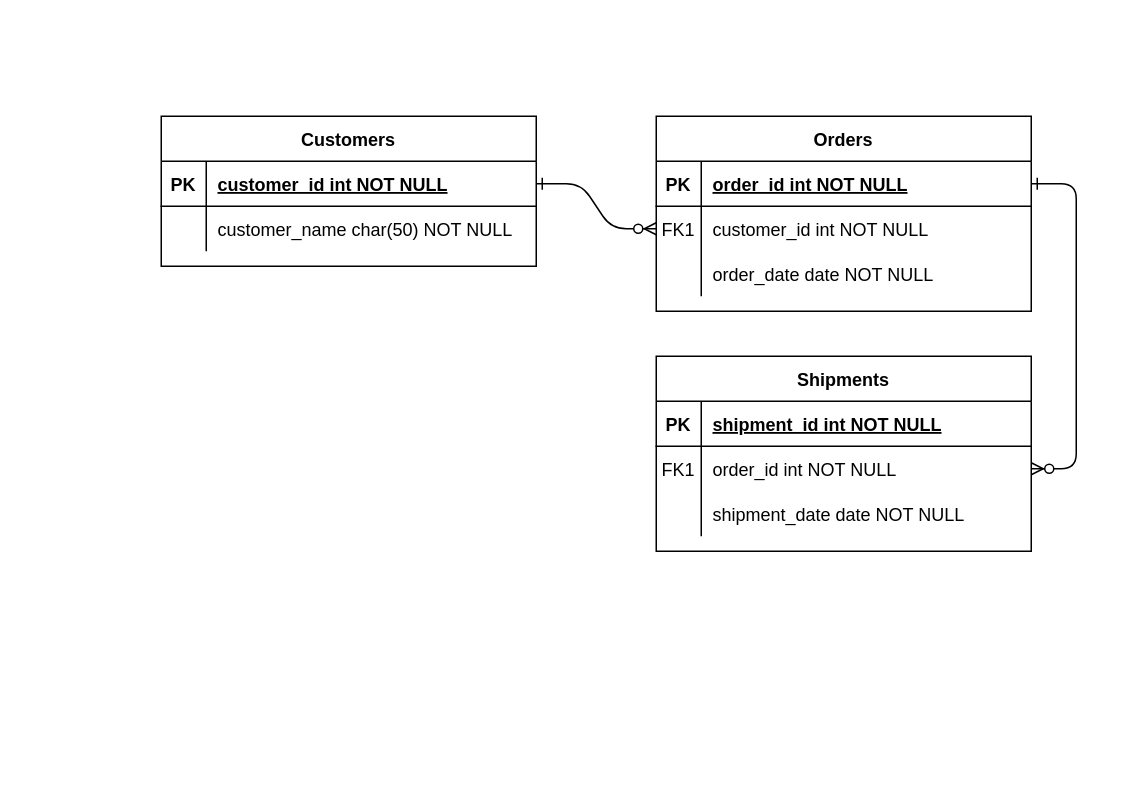
Before: Normalisation Challenge.drawio in jordansaker/ERDs, a draw.io diagram. Source tidied: cells renumbered, new cells numbered last; positions are measured from the earlier drawing's top-left corner, leaving out a move shared by most shapes. Both pictures are drawn from the tidied source at 150%, with x=0, y=0 at pixel (160, 116).
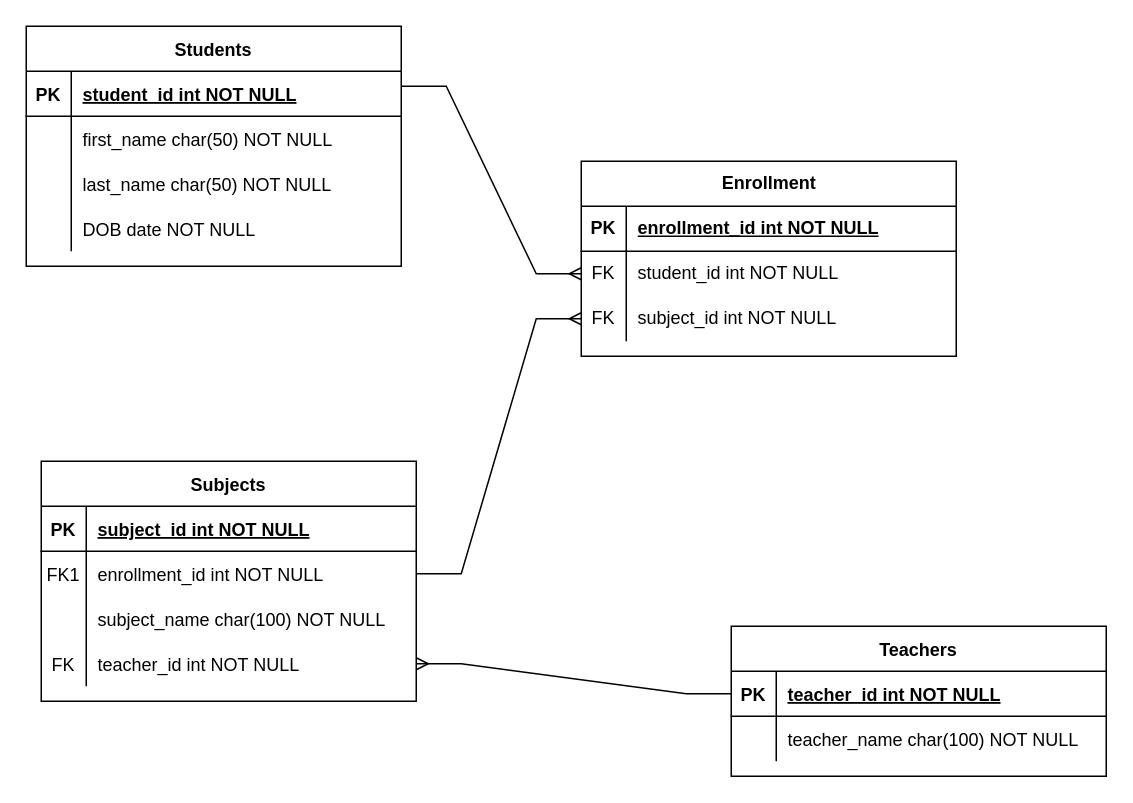
Above is the later version.

Unchanged cells that the change refers to:
```xml
<mxCell id="5" style="shape=partialRectangle;fillColor=none;points=[[0,0.5],[1,0.5]];portConstraint=eastwest;top=0;left=0;right=0;bottom=1;" parent="4" vertex="1">
  <mxGeometry y="30" width="250" height="30" as="geometry" />
</mxCell>
<mxCell id="8" style="shape=partialRectangle;fillColor=none;points=[[0,0.5],[1,0.5]];portConstraint=eastwest;top=0;left=0;right=0;bottom=0;" parent="4" vertex="1">
  <mxGeometry y="60" width="250" height="30" as="geometry" />
</mxCell>
<mxCell id="11" style="shape=partialRectangle;fillColor=none;top=0;left=0;right=0;bottom=0;" parent="4" vertex="1">
  <mxGeometry y="90" width="250" height="30" as="geometry" />
</mxCell>
<mxCell id="15" style="shape=partialRectangle;fillColor=none;points=[[0,0.5],[1,0.5]];portConstraint=eastwest;top=0;left=0;right=0;bottom=1;" parent="14" vertex="1">
  <mxGeometry y="30" width="250" height="30" as="geometry" />
</mxCell>
<mxCell id="18" style="shape=partialRectangle;fillColor=none;points=[[0,0.5],[1,0.5]];portConstraint=eastwest;top=0;left=0;right=0;bottom=0;" parent="14" vertex="1">
  <mxGeometry y="60" width="250" height="30" as="geometry" />
</mxCell>
<mxCell id="25" style="shape=partialRectangle;fillColor=none;points=[[0,0.5],[1,0.5]];portConstraint=eastwest;top=0;left=0;right=0;bottom=1;" parent="24" vertex="1">
  <mxGeometry y="30" width="250" height="30" as="geometry" />
</mxCell>
<mxCell id="28" style="shape=partialRectangle;fillColor=none;top=0;left=0;right=0;bottom=0;" parent="24" vertex="1">
  <mxGeometry y="60" width="250" height="30" as="geometry" />
</mxCell>
```

Change to the diagram source:
```diff
@@
-    <mxCell id="2" style="edgeStyle=entityRelationEdgeStyle;endArrow=ERzeroToMany;startArrow=ERone;endFill=1;startFill=0;" parent="1" edge="1" source="25" target="8">
-      <mxGeometry relative="1" as="geometry" />
-    </mxCell>
-    <mxCell id="3" style="edgeStyle=entityRelationEdgeStyle;endArrow=ERzeroToMany;startArrow=ERone;endFill=1;startFill=0;" parent="1" edge="1" source="5" target="18">
-      <mxGeometry relative="1" as="geometry" />
-    </mxCell>
-    <mxCell id="4" value="Orders" style="shape=table;startSize=30;childLayout=tableLayout;rowLines=0;fontStyle=1;align=center;" parent="1" vertex="1">
-      <mxGeometry x="330" width="250" height="130" as="geometry" />
+    <mxCell id="4" value="Subjects" style="shape=table;startSize=30;childLayout=tableLayout;rowLines=0;fontStyle=1;align=center;" parent="1" vertex="1">
+      <mxGeometry x="-80" y="230" width="250" height="160" as="geometry" />
     </mxCell>
@@
-    <mxCell id="7" value="order_id int NOT NULL " style="shape=partialRectangle;overflow=hidden;fillColor=none;top=0;left=0;bottom=0;right=0;align=left;spacingLeft=6;fontStyle=5;" parent="5" vertex="1">
+    <mxCell id="7" value="subject_id int NOT NULL " style="shape=partialRectangle;overflow=hidden;fillColor=none;top=0;left=0;bottom=0;right=0;align=left;spacingLeft=6;fontStyle=5;" parent="5" vertex="1">
       <mxGeometry x="30" width="220" height="30" as="geometry" />
     </mxCell>
@@
-    <mxCell id="10" value="customer_id int NOT NULL" style="shape=partialRectangle;overflow=hidden;fillColor=none;top=0;left=0;bottom=0;right=0;align=left;spacingLeft=6;" parent="8" vertex="1">
+    <mxCell id="10" value="enrollment_id int NOT NULL" style="shape=partialRectangle;overflow=hidden;fillColor=none;top=0;left=0;bottom=0;right=0;align=left;spacingLeft=6;" parent="8" vertex="1">
       <mxGeometry x="30" width="220" height="30" as="geometry" />
     </mxCell>
@@
-    <mxCell id="13" value="order_date date NOT NULL" style="shape=partialRectangle;overflow=hidden;fillColor=none;top=0;left=0;bottom=0;right=0;align=left;spacingLeft=6;" parent="11" vertex="1">
+    <mxCell id="13" value="subject_name char(100) NOT NULL" style="shape=partialRectangle;overflow=hidden;fillColor=none;top=0;left=0;bottom=0;right=0;align=left;spacingLeft=6;" parent="11" vertex="1">
       <mxGeometry x="30" width="220" height="30" as="geometry" />
     </mxCell>
+    <mxCell id="31" style="shape=tableRow;horizontal=0;startSize=0;swimlaneHead=0;swimlaneBody=0;fillColor=none;points=[[0,0.5],[1,0.5]];portConstraint=eastwest;top=0;left=0;right=0;bottom=0;" parent="4" vertex="1">
+      <mxGeometry y="120" width="250" height="30" as="geometry" />
+    </mxCell>
+    <mxCell id="32" value="FK" style="shape=partialRectangle;fillColor=none;top=0;left=0;bottom=0;right=0;overflow=hidden;" parent="31" vertex="1">
+      <mxGeometry width="30" height="30" as="geometry" />
+    </mxCell>
+    <mxCell id="33" value="teacher_id int NOT NULL" style="shape=partialRectangle;fillColor=none;top=0;left=0;bottom=0;right=0;align=left;spacingLeft=6;overflow=hidden;" parent="31" vertex="1">
+      <mxGeometry x="30" width="220" height="30" as="geometry" />
+    </mxCell>
-    <mxCell id="14" value="Shipments" style="shape=table;startSize=30;childLayout=tableLayout;rowLines=0;fontStyle=1;align=center;" parent="1" vertex="1">
-      <mxGeometry x="330" y="160" width="250" height="130" as="geometry" />
+    <mxCell id="14" value="Teachers" style="shape=table;startSize=30;childLayout=tableLayout;rowLines=0;fontStyle=1;align=center;" parent="1" vertex="1">
+      <mxGeometry x="380" y="340" width="250" height="100" as="geometry" />
     </mxCell>
@@
-    <mxCell id="17" value="shipment_id int NOT NULL " style="shape=partialRectangle;overflow=hidden;fillColor=none;top=0;left=0;bottom=0;right=0;align=left;spacingLeft=6;fontStyle=5;" parent="15" vertex="1">
+    <mxCell id="17" value="teacher_id int NOT NULL " style="shape=partialRectangle;overflow=hidden;fillColor=none;top=0;left=0;bottom=0;right=0;align=left;spacingLeft=6;fontStyle=5;" parent="15" vertex="1">
       <mxGeometry x="30" width="220" height="30" as="geometry" />
     </mxCell>
@@
-    <mxCell id="19" value="FK1" style="shape=partialRectangle;overflow=hidden;fillColor=none;top=0;left=0;bottom=0;right=0;" parent="18" vertex="1">
+    <mxCell id="19" style="shape=partialRectangle;overflow=hidden;fillColor=none;top=0;left=0;bottom=0;right=0;" parent="18" vertex="1">
       <mxGeometry width="30" height="30" as="geometry" />
     </mxCell>
-    <mxCell id="20" value="order_id int NOT NULL" style="shape=partialRectangle;overflow=hidden;fillColor=none;top=0;left=0;bottom=0;right=0;align=left;spacingLeft=6;" parent="18" vertex="1">
+    <mxCell id="20" value="teacher_name char(100) NOT NULL" style="shape=partialRectangle;overflow=hidden;fillColor=none;top=0;left=0;bottom=0;right=0;align=left;spacingLeft=6;" parent="18" vertex="1">
       <mxGeometry x="30" width="220" height="30" as="geometry" />
     </mxCell>
-    <mxCell id="21" style="shape=partialRectangle;fillColor=none;top=0;left=0;right=0;bottom=0;" parent="14" vertex="1">
-      <mxGeometry y="90" width="250" height="30" as="geometry" />
-    </mxCell>
-    <mxCell id="22" style="shape=partialRectangle;overflow=hidden;fillColor=none;top=0;left=0;bottom=0;right=0;" parent="21" vertex="1">
-      <mxGeometry width="30" height="30" as="geometry" />
-    </mxCell>
-    <mxCell id="23" value="shipment_date date NOT NULL" style="shape=partialRectangle;overflow=hidden;fillColor=none;top=0;left=0;bottom=0;right=0;align=left;spacingLeft=6;" parent="21" vertex="1">
-      <mxGeometry x="30" width="220" height="30" as="geometry" />
-    </mxCell>
-    <mxCell id="24" value="Customers" style="shape=table;startSize=30;childLayout=tableLayout;rowLines=0;fontStyle=1;align=center;" parent="1" vertex="1">
-      <mxGeometry width="250" height="100" as="geometry" />
+    <mxCell id="24" value="Students" style="shape=table;startSize=30;childLayout=tableLayout;rowLines=0;fontStyle=1;align=center;" parent="1" vertex="1">
+      <mxGeometry x="-90" y="-60" width="250" height="160" as="geometry" />
     </mxCell>
@@
-    <mxCell id="27" value="customer_id int NOT NULL " style="shape=partialRectangle;overflow=hidden;fillColor=none;top=0;left=0;bottom=0;right=0;align=left;spacingLeft=6;fontStyle=5;" parent="25" vertex="1">
+    <mxCell id="27" value="student_id int NOT NULL " style="shape=partialRectangle;overflow=hidden;fillColor=none;top=0;left=0;bottom=0;right=0;align=left;spacingLeft=6;fontStyle=5;" parent="25" vertex="1">
       <mxGeometry x="30" width="220" height="30" as="geometry" />
     </mxCell>
@@
-    <mxCell id="30" value="customer_name char(50) NOT NULL" style="shape=partialRectangle;overflow=hidden;fillColor=none;top=0;left=0;bottom=0;right=0;align=left;spacingLeft=6;" parent="28" vertex="1">
+    <mxCell id="30" value="first_name char(50) NOT NULL" style="shape=partialRectangle;overflow=hidden;fillColor=none;top=0;left=0;bottom=0;right=0;align=left;spacingLeft=6;" parent="28" vertex="1">
       <mxGeometry x="30" width="220" height="30" as="geometry" />
     </mxCell>
+    <mxCell id="34" style="shape=tableRow;horizontal=0;startSize=0;swimlaneHead=0;swimlaneBody=0;fillColor=none;top=0;left=0;right=0;bottom=0;" parent="24" vertex="1">
+      <mxGeometry y="90" width="250" height="30" as="geometry" />
+    </mxCell>
+    <mxCell id="35" style="shape=partialRectangle;fillColor=none;top=0;left=0;bottom=0;right=0;overflow=hidden;" parent="34" vertex="1">
+      <mxGeometry width="30" height="30" as="geometry" />
+    </mxCell>
+    <mxCell id="36" value="last_name char(50) NOT NULL" style="shape=partialRectangle;fillColor=none;top=0;left=0;bottom=0;right=0;align=left;spacingLeft=6;overflow=hidden;" parent="34" vertex="1">
+      <mxGeometry x="30" width="220" height="30" as="geometry" />
+    </mxCell>
+    <mxCell id="37" style="shape=tableRow;horizontal=0;startSize=0;swimlaneHead=0;swimlaneBody=0;fillColor=none;top=0;left=0;right=0;bottom=0;" parent="24" vertex="1">
+      <mxGeometry y="120" width="250" height="30" as="geometry" />
+    </mxCell>
+    <mxCell id="38" style="shape=partialRectangle;fillColor=none;top=0;left=0;bottom=0;right=0;overflow=hidden;" parent="37" vertex="1">
+      <mxGeometry width="30" height="30" as="geometry" />
+    </mxCell>
+    <mxCell id="39" value="DOB date NOT NULL" style="shape=partialRectangle;fillColor=none;top=0;left=0;bottom=0;right=0;align=left;spacingLeft=6;overflow=hidden;" parent="37" vertex="1">
+      <mxGeometry x="30" width="220" height="30" as="geometry" />
+    </mxCell>
+    <mxCell id="40" value="Enrollment" style="shape=table;startSize=30;childLayout=tableLayout;rowLines=0;fontStyle=1;align=center;html=1;" parent="1" vertex="1">
+      <mxGeometry x="280" y="30" width="250" height="130" as="geometry" />
+    </mxCell>
+    <mxCell id="41" style="shape=tableRow;horizontal=0;startSize=0;swimlaneHead=0;swimlaneBody=0;fillColor=none;top=0;left=0;right=0;bottom=1;" parent="40" vertex="1">
+      <mxGeometry y="30" width="250" height="30" as="geometry" />
+    </mxCell>
+    <mxCell id="42" value="PK" style="shape=partialRectangle;fillColor=none;top=0;left=0;bottom=0;right=0;fontStyle=1;overflow=hidden;whiteSpace=wrap;html=1;" parent="41" vertex="1">
+      <mxGeometry width="30" height="30" as="geometry" />
+    </mxCell>
+    <mxCell id="43" value="enrollment_id int NOT NULL" style="shape=partialRectangle;fillColor=none;top=0;left=0;bottom=0;right=0;align=left;spacingLeft=6;fontStyle=5;overflow=hidden;whiteSpace=wrap;html=1;" parent="41" vertex="1">
+      <mxGeometry x="30" width="220" height="30" as="geometry" />
+    </mxCell>
+    <mxCell id="44" style="shape=tableRow;horizontal=0;startSize=0;swimlaneHead=0;swimlaneBody=0;fillColor=none;points=[[0,0.5],[1,0.5]];portConstraint=eastwest;top=0;left=0;right=0;bottom=0;" parent="40" vertex="1">
+      <mxGeometry y="60" width="250" height="30" as="geometry" />
+    </mxCell>
+    <mxCell id="45" value="FK" style="shape=partialRectangle;fillColor=none;top=0;left=0;bottom=0;right=0;overflow=hidden;whiteSpace=wrap;html=1;" parent="44" vertex="1">
+      <mxGeometry width="30" height="30" as="geometry" />
+    </mxCell>
+    <mxCell id="46" value="student_id int NOT NULL" style="shape=partialRectangle;fillColor=none;top=0;left=0;bottom=0;right=0;align=left;spacingLeft=6;overflow=hidden;whiteSpace=wrap;html=1;" parent="44" vertex="1">
+      <mxGeometry x="30" width="220" height="30" as="geometry" />
+    </mxCell>
+    <mxCell id="47" style="shape=tableRow;horizontal=0;startSize=0;swimlaneHead=0;swimlaneBody=0;fillColor=none;points=[[0,0.5],[1,0.5]];portConstraint=eastwest;top=0;left=0;right=0;bottom=0;" parent="40" vertex="1">
+      <mxGeometry y="90" width="250" height="30" as="geometry" />
+    </mxCell>
+    <mxCell id="48" value="FK" style="shape=partialRectangle;fillColor=none;top=0;left=0;bottom=0;right=0;overflow=hidden;whiteSpace=wrap;html=1;" parent="47" vertex="1">
+      <mxGeometry width="30" height="30" as="geometry" />
+    </mxCell>
+    <mxCell id="49" value="subject_id int NOT NULL" style="shape=partialRectangle;fillColor=none;top=0;left=0;bottom=0;right=0;align=left;spacingLeft=6;overflow=hidden;whiteSpace=wrap;html=1;" parent="47" vertex="1">
+      <mxGeometry x="30" width="220" height="30" as="geometry" />
+    </mxCell>
+    <mxCell id="50" style="edgeStyle=entityRelationEdgeStyle;fontSize=12;html=1;endArrow=ERmany;rounded=0;exitX=1;exitY=0.25;exitDx=0;exitDy=0;entryX=0;entryY=0.5;entryDx=0;entryDy=0;" parent="1" edge="1" source="24" target="44">
+      <mxGeometry relative="1" as="geometry" />
+    </mxCell>
+    <mxCell id="51" style="edgeStyle=entityRelationEdgeStyle;fontSize=12;html=1;endArrow=ERmany;rounded=0;entryX=0;entryY=0.5;entryDx=0;entryDy=0;exitX=1;exitY=0.5;exitDx=0;exitDy=0;" parent="1" edge="1" source="8" target="47">
+      <mxGeometry relative="1" as="geometry" />
+    </mxCell>
+    <mxCell id="52" style="edgeStyle=entityRelationEdgeStyle;fontSize=12;html=1;endArrow=ERmany;rounded=0;exitX=0;exitY=0.5;exitDx=0;exitDy=0;entryX=1;entryY=0.5;entryDx=0;entryDy=0;" parent="1" edge="1" source="15" target="31">
+      <mxGeometry relative="1" as="geometry" />
+    </mxCell>
```
